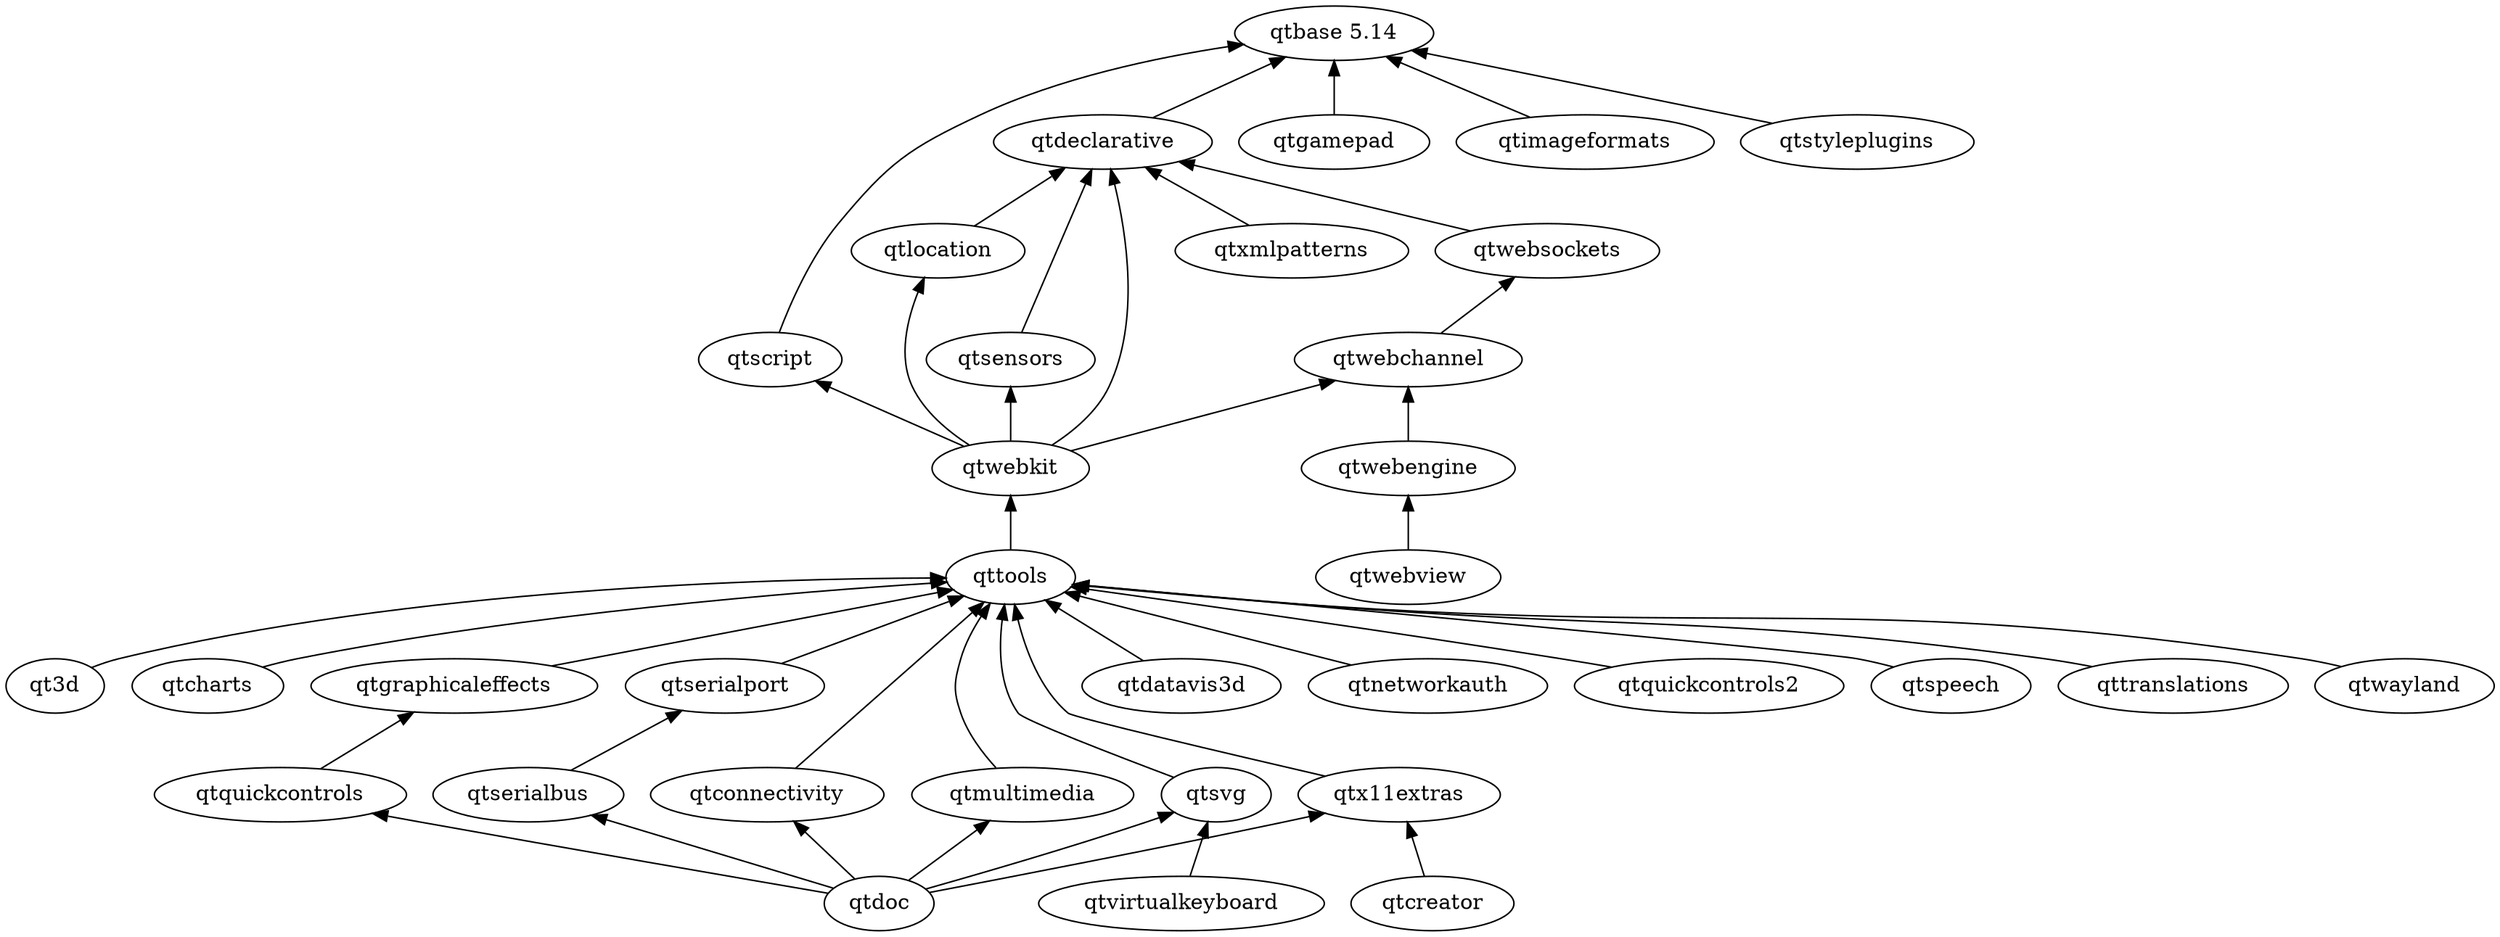
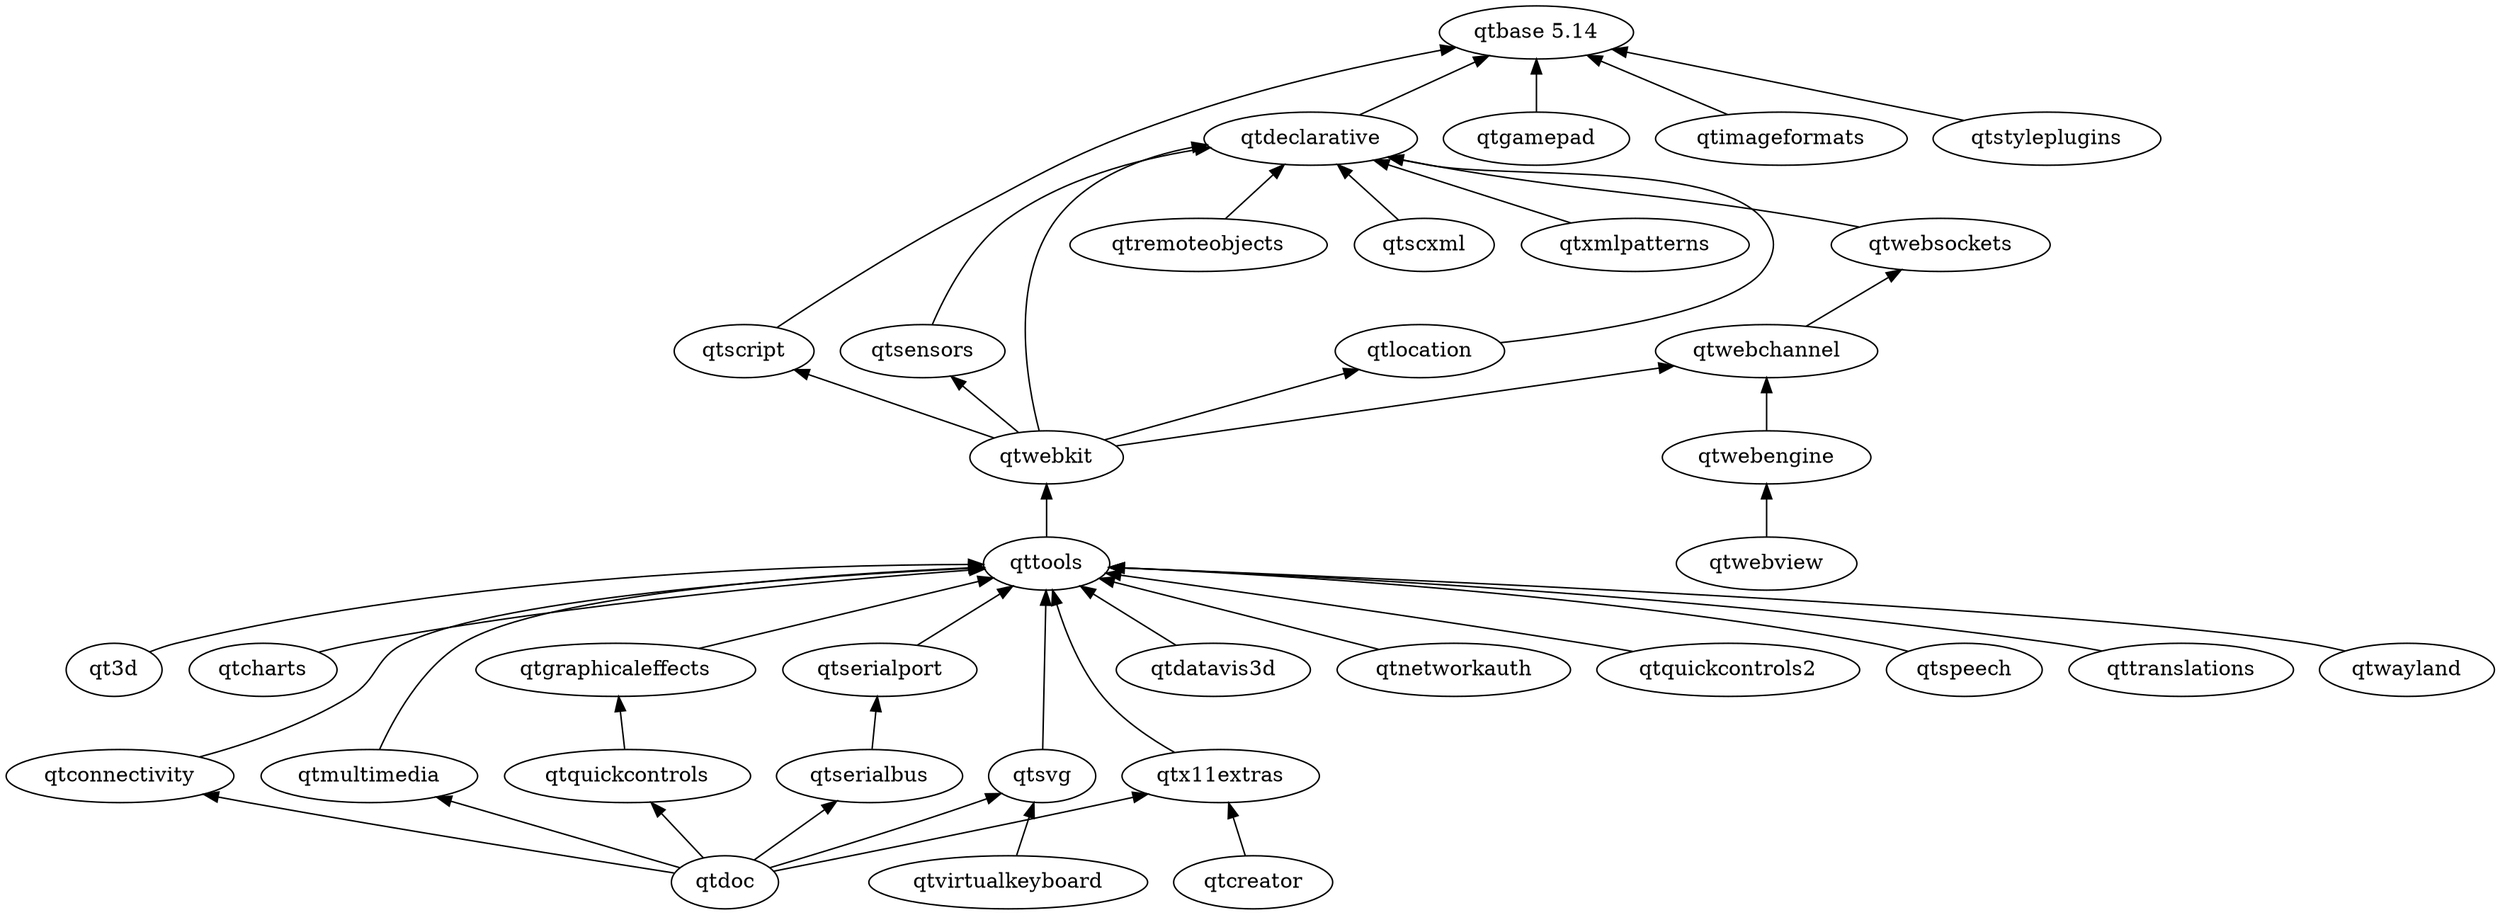
digraph qt5 {
  graph [
    rankdir = "BT"
  ]

  "qtbase 5.14"
  qt3d
  qtcharts
  qtconnectivity
  qtcreator
  qtdatavis3d
  qtdeclarative
  qtdoc
  qtgamepad
  qtgraphicaleffects
  qtimageformats
  qtlocation
  qtmultimedia
  qtnetworkauth
  qtquickcontrols
  qtquickcontrols2
+   qtremoteobjects
  qtscript
+   qtscxml
  qtsensors
  qtserialbus
  qtserialport
  qtspeech
  qtstyleplugins
  qtsvg
  qttools
  qttranslations
  qtvirtualkeyboard
  qtwayland
  qtwebchannel
  qtwebengine
  qtwebkit
  qtwebsockets
  qtx11extras
  qtxmlpatterns

  qt3d -> qttools
  qtcharts -> qttools
  qtconnectivity -> qttools
  qtcreator -> qtx11extras
  qtdatavis3d -> qttools
  qtdeclarative -> "qtbase 5.14"
  qtdoc -> qtconnectivity
  qtdoc -> qtmultimedia
  qtdoc -> qtquickcontrols
  qtdoc -> qtserialbus
  qtdoc -> qtsvg
  qtdoc -> qtx11extras
  qtgamepad -> "qtbase 5.14"
  qtgraphicaleffects -> qttools
  qtimageformats -> "qtbase 5.14"
  qtlocation -> qtdeclarative
  qtmultimedia -> qttools
  qtnetworkauth -> qttools
  qtquickcontrols -> qtgraphicaleffects
  qtquickcontrols2 -> qttools
+   qtremoteobjects -> qtdeclarative
  qtscript -> "qtbase 5.14"
+   qtscxml -> qtdeclarative
  qtsensors ->qtdeclarative
  qtserialbus -> qtserialport
  qtserialport -> qttools
  qtspeech -> qttools
  qtstyleplugins -> "qtbase 5.14"
  qtsvg -> qttools
  qttools -> qtwebkit
  qttranslations -> qttools
  qtvirtualkeyboard -> qtsvg
  qtwayland -> qttools
  qtwebchannel -> qtwebsockets
  qtwebengine -> qtwebchannel
  qtwebkit -> qtdeclarative
  qtwebkit -> qtlocation
  qtwebkit -> qtscript
  qtwebkit -> qtsensors
  qtwebkit -> qtwebchannel
  qtwebsockets -> qtdeclarative
  qtwebview -> qtwebengine
  qtx11extras -> qttools
  qtxmlpatterns -> qtdeclarative
}
